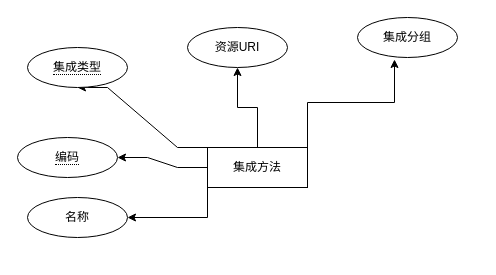
Before: 未命名绘图.drawio in 7vqinqiwei/drawio-store, a draw.io diagram. Source tidied: cells renumbered, new cells numbered last; positions are measured from the earlier drawing's top-left corner, leaving out a move shared by most shapes. Both pictures are drawn from the tidied source at 100%, with x=0, y=0 at pixel (17, 17).
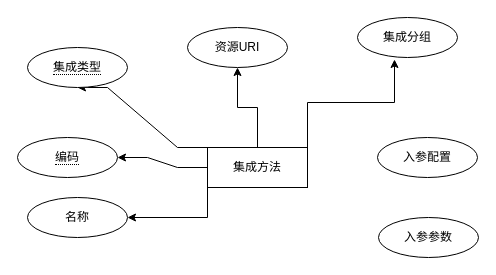
After the change.

What changed in the source:
```diff
@@
 <mxGraphModel>
   <root>
     <mxCell id="0" />
     <mxCell id="1" parent="0" />
     <mxCell id="2" style="edgeStyle=entityRelationEdgeStyle;rounded=0;jettySize=auto;html=1;exitX=0;exitY=0;exitDx=0;exitDy=0;entryX=0.5;entryY=1;entryDx=0;entryDy=0;" parent="1" edge="1" source="6" target="7">
       <mxGeometry relative="1" as="geometry" />
     </mxCell>
     <mxCell id="3" style="edgeStyle=entityRelationEdgeStyle;rounded=0;jettySize=auto;html=1;exitX=0;exitY=0.5;exitDx=0;exitDy=0;entryX=1;entryY=0.5;entryDx=0;entryDy=0;" parent="1" edge="1" source="6" target="8">
       <mxGeometry relative="1" as="geometry" />
     </mxCell>
     <mxCell id="4" style="edgeStyle=orthogonalEdgeStyle;rounded=0;jettySize=auto;html=1;exitX=0;exitY=1;exitDx=0;exitDy=0;entryX=1;entryY=0.5;entryDx=0;entryDy=0;" parent="1" edge="1" source="6" target="9">
       <mxGeometry relative="1" as="geometry" />
     </mxCell>
     <mxCell id="5" style="edgeStyle=orthogonalEdgeStyle;rounded=0;jettySize=auto;html=1;exitX=0.5;exitY=0;exitDx=0;exitDy=0;entryX=0.5;entryY=1;entryDx=0;entryDy=0;" parent="1" edge="1" source="6" target="10">
       <mxGeometry relative="1" as="geometry" />
     </mxCell>
     <mxCell id="6" value="集成方法" style="whiteSpace=wrap;html=1;align=center;" parent="1" vertex="1">
       <mxGeometry x="190" y="130" width="100" height="40" as="geometry" />
     </mxCell>
     <mxCell id="7" value="&lt;span style=&quot;border-bottom: 1px dotted&quot;&gt;集成类型&lt;/span&gt;" style="ellipse;whiteSpace=wrap;html=1;align=center;" parent="1" vertex="1">
       <mxGeometry x="10" y="30" width="100" height="40" as="geometry" />
     </mxCell>
     <mxCell id="8" value="&lt;span style=&quot;border-bottom: 1px dotted&quot;&gt;编码&lt;/span&gt;" style="ellipse;whiteSpace=wrap;html=1;align=center;" parent="1" vertex="1">
       <mxGeometry y="120" width="100" height="40" as="geometry" />
     </mxCell>
     <mxCell id="9" value="名称" style="ellipse;whiteSpace=wrap;html=1;align=center;" parent="1" vertex="1">
       <mxGeometry x="10" y="180" width="100" height="40" as="geometry" />
     </mxCell>
     <mxCell id="10" value="资源URI" style="ellipse;whiteSpace=wrap;html=1;align=center;" parent="1" vertex="1">
       <mxGeometry x="170" y="10" width="100" height="40" as="geometry" />
     </mxCell>
     <mxCell id="11" value="集成分组" style="ellipse;whiteSpace=wrap;html=1;align=center;" parent="1" vertex="1">
       <mxGeometry x="340" width="100" height="40" as="geometry" />
     </mxCell>
     <mxCell id="12" style="edgeStyle=orthogonalEdgeStyle;rounded=0;jettySize=auto;html=1;exitX=1;exitY=0;exitDx=0;exitDy=0;entryX=0.37;entryY=1.05;entryDx=0;entryDy=0;entryPerimeter=0;" parent="1" edge="1" source="6" target="11">
       <mxGeometry relative="1" as="geometry" />
     </mxCell>
+    <mxCell id="13" value="入参配置" style="ellipse;whiteSpace=wrap;html=1;align=center;" parent="1" vertex="1">
+      <mxGeometry x="360" y="120" width="100" height="40" as="geometry" />
+    </mxCell>
+    <mxCell id="14" value="入参参数" style="ellipse;whiteSpace=wrap;html=1;align=center;" parent="1" vertex="1">
+      <mxGeometry x="361" y="200" width="100" height="40" as="geometry" />
+    </mxCell>
   </root>
 </mxGraphModel>
```
